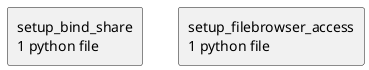
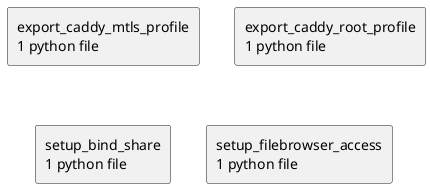
@startuml packages_snowbridge
set namespaceSeparator none
top to bottom direction
skinparam componentStyle rectangle
+ rectangle "export_caddy_mtls_profile\n1 python file" as export_caddy_mtls_profile
+ rectangle "export_caddy_root_profile\n1 python file" as export_caddy_root_profile
rectangle "setup_bind_share\n1 python file" as setup_bind_share
rectangle "setup_filebrowser_access\n1 python file" as setup_filebrowser_access
@enduml
